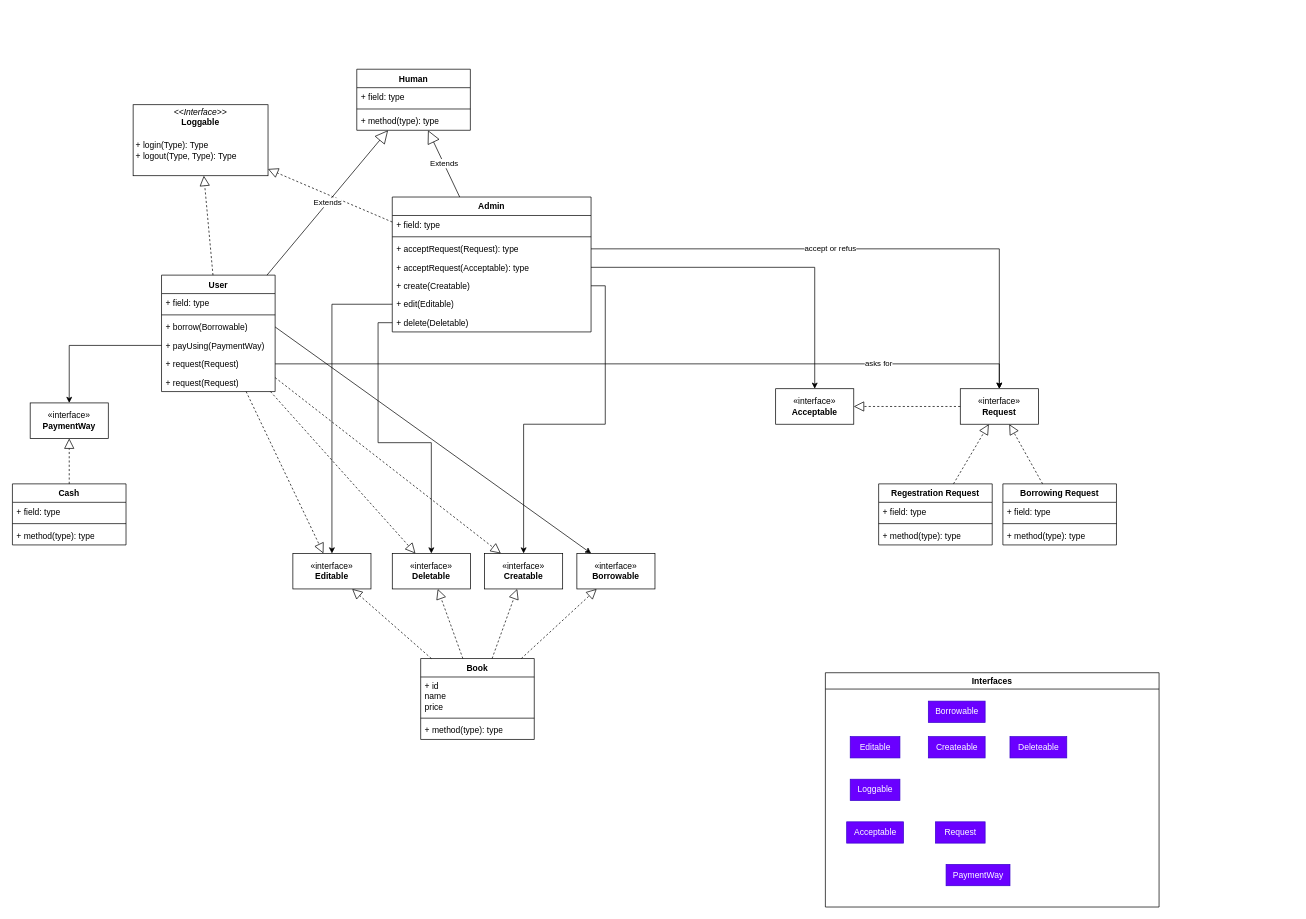
The draw.io diagram design/class/classDiagram.drawio in Boodyahmedhamdy/LSP, before the edit. Source tidied: cells renumbered, new cells numbered last; positions are measured from the earlier drawing's top-left corner, leaving out a move shared by most shapes. Both pictures are drawn from the tidied source at 71%, with x=0, y=0 at pixel (12, 69).
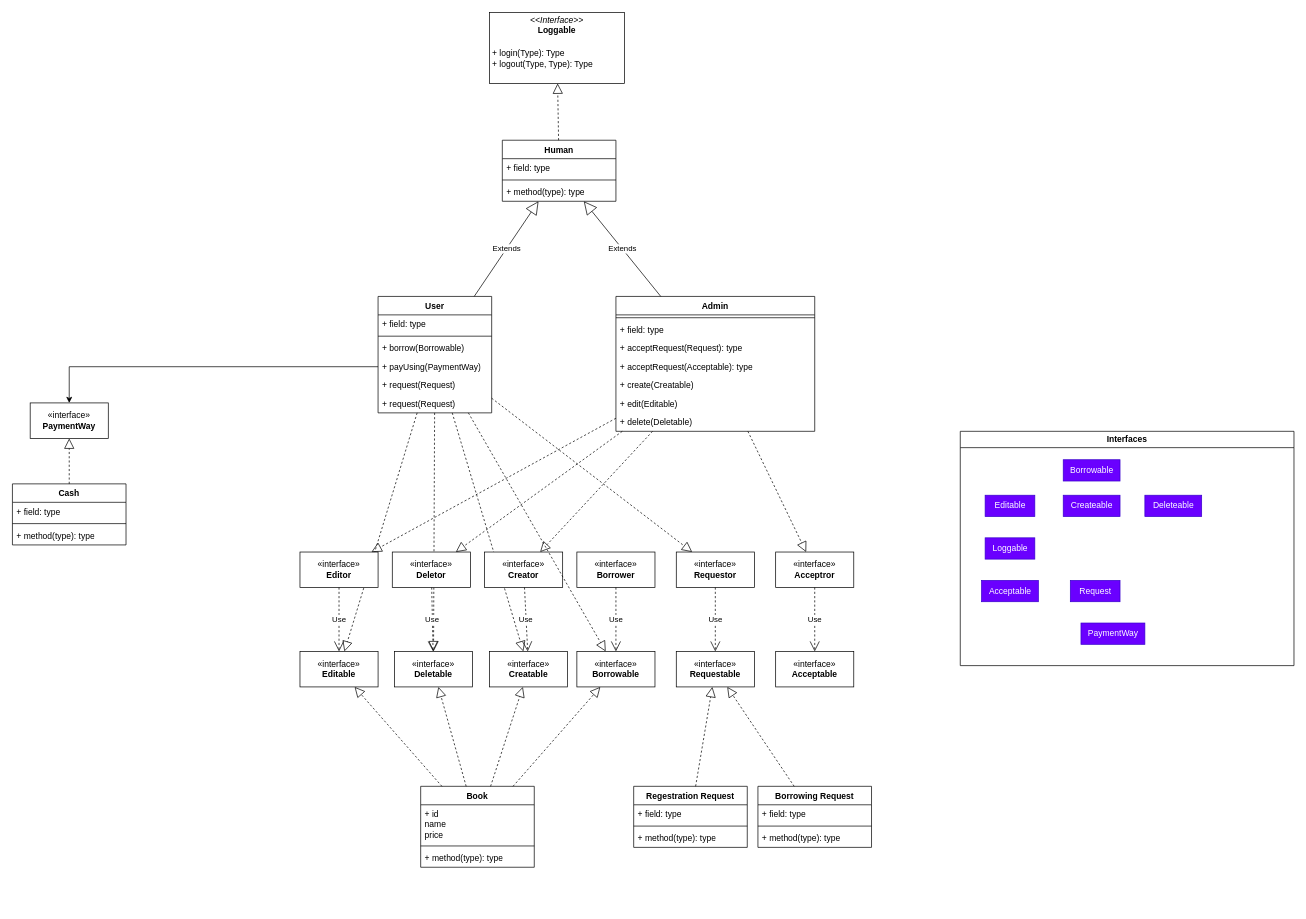
The same diagram, later.

Commit message:
enhanced the class diagram

Unchanged cells that the change refers to:
```xml
<mxCell id="5" value="+ borrow(Borrowable)" style="text;strokeColor=none;fillColor=none;align=left;verticalAlign=top;spacingLeft=4;spacingRight=4;overflow=hidden;points=[[0,0.5],[1,0.5]];portConstraint=eastwest;whiteSpace=wrap;html=1;" parent="2" vertex="1">
  <mxGeometry y="60" width="160" height="26" as="geometry" />
</mxCell>
<mxCell id="7" value="+ request(Request)" style="text;strokeColor=none;fillColor=none;align=left;verticalAlign=top;spacingLeft=4;spacingRight=4;overflow=hidden;points=[[0,0.5],[1,0.5]];portConstraint=eastwest;whiteSpace=wrap;html=1;" parent="2" vertex="1">
  <mxGeometry y="112" width="160" height="26" as="geometry" />
</mxCell>
<mxCell id="12" value="+ acceptRequest(Request): type" style="text;strokeColor=none;fillColor=none;align=left;verticalAlign=top;spacingLeft=4;spacingRight=4;overflow=hidden;points=[[0,0.5],[1,0.5]];portConstraint=eastwest;whiteSpace=wrap;html=1;" parent="9" vertex="1">
  <mxGeometry y="60" width="280" height="26" as="geometry" />
</mxCell>
<mxCell id="13" value="+ acceptRequest(Acceptable): type" style="text;strokeColor=none;fillColor=none;align=left;verticalAlign=top;spacingLeft=4;spacingRight=4;overflow=hidden;points=[[0,0.5],[1,0.5]];portConstraint=eastwest;whiteSpace=wrap;html=1;" parent="9" vertex="1">
  <mxGeometry y="86" width="280" height="26" as="geometry" />
</mxCell>
<mxCell id="14" value="+ create(Creatable)" style="text;strokeColor=none;fillColor=none;align=left;verticalAlign=top;spacingLeft=4;spacingRight=4;overflow=hidden;points=[[0,0.5],[1,0.5]];portConstraint=eastwest;whiteSpace=wrap;html=1;" parent="9" vertex="1">
  <mxGeometry y="112" width="280" height="26" as="geometry" />
</mxCell>
<mxCell id="15" value="+ edit(Editable)" style="text;strokeColor=none;fillColor=none;align=left;verticalAlign=top;spacingLeft=4;spacingRight=4;overflow=hidden;points=[[0,0.5],[1,0.5]];portConstraint=eastwest;whiteSpace=wrap;html=1;" parent="9" vertex="1">
  <mxGeometry y="138" width="280" height="26" as="geometry" />
</mxCell>
<mxCell id="16" value="+ delete(Deletable)" style="text;strokeColor=none;fillColor=none;align=left;verticalAlign=top;spacingLeft=4;spacingRight=4;overflow=hidden;points=[[0,0.5],[1,0.5]];portConstraint=eastwest;whiteSpace=wrap;html=1;" parent="9" vertex="1">
  <mxGeometry y="164" width="280" height="26" as="geometry" />
</mxCell>
```

Change to the diagram source:
```diff
@@
     <mxCell id="2" value="User" style="swimlane;fontStyle=1;align=center;verticalAlign=top;horizontal=1;startSize=26;whiteSpace=wrap;html=1;" parent="1" vertex="1">
-      <mxGeometry x="210" y="290" width="160" height="164" as="geometry" />
+      <mxGeometry x="515" y="320" width="160" height="164" as="geometry" />
     </mxCell>
@@
     <mxCell id="9" value="Admin" style="swimlane;fontStyle=1;align=center;verticalAlign=top;horizontal=1;startSize=26;whiteSpace=wrap;html=1;" parent="1" vertex="1">
-      <mxGeometry x="535" y="180" width="280" height="190" as="geometry" />
+      <mxGeometry x="850" y="320" width="280" height="190" as="geometry" />
     </mxCell>
+    <mxCell id="11" style="line;strokeWidth=1;fillColor=none;align=left;verticalAlign=middle;spacingTop=-1;spacingLeft=3;spacingRight=3;labelPosition=right;strokeColor=inherit;" parent="9" vertex="1">
+      <mxGeometry y="26" width="280" height="8" as="geometry" />
+    </mxCell>
     <mxCell id="10" value="+ field: type" style="text;strokeColor=none;fillColor=none;align=left;verticalAlign=top;spacingLeft=4;spacingRight=4;overflow=hidden;whiteSpace=wrap;html=1;" parent="9" vertex="1">
-      <mxGeometry y="26" width="280" height="26" as="geometry" />
+      <mxGeometry y="34" width="280" height="26" as="geometry" />
     </mxCell>
-    <mxCell id="11" style="line;strokeWidth=1;fillColor=none;align=left;verticalAlign=middle;spacingTop=-1;spacingLeft=3;spacingRight=3;labelPosition=right;strokeColor=inherit;" parent="9" vertex="1">
-      <mxGeometry y="52" width="280" height="8" as="geometry" />
-    </mxCell>
@@
     <mxCell id="17" value="Human" style="swimlane;fontStyle=1;align=center;verticalAlign=top;horizontal=1;startSize=26;whiteSpace=wrap;html=1;" parent="1" vertex="1">
-      <mxGeometry x="485" width="160" height="86" as="geometry" />
+      <mxGeometry x="690" y="100" width="160" height="86" as="geometry" />
     </mxCell>
@@
     <mxCell id="21" value="Book" style="swimlane;fontStyle=1;align=center;verticalAlign=top;horizontal=1;startSize=26;whiteSpace=wrap;html=1;" parent="1" vertex="1">
-      <mxGeometry x="575" y="830" width="160" height="114" as="geometry" />
+      <mxGeometry x="575" y="1010" width="160" height="114" as="geometry" />
     </mxCell>
@@
     <mxCell id="25" value="«interface»&lt;br&gt;&lt;b&gt;Borrowable&lt;/b&gt;" style="html=1;whiteSpace=wrap;" parent="1" vertex="1">
-      <mxGeometry x="795" y="682" width="110" height="50" as="geometry" />
+      <mxGeometry x="795" y="820" width="110" height="50" as="geometry" />
     </mxCell>
@@
     <mxCell id="32" value="&lt;p style=&quot;margin:0px;margin-top:4px;text-align:center;&quot;&gt;&lt;i&gt;&amp;lt;&amp;lt;Interface&amp;gt;&amp;gt;&lt;/i&gt;&lt;br&gt;&lt;b&gt;Loggable&lt;/b&gt;&lt;/p&gt;&lt;p style=&quot;margin:0px;margin-top:4px;text-align:center;&quot;&gt;&lt;b&gt;&lt;br&gt;&lt;/b&gt;&lt;/p&gt;&lt;p style=&quot;margin:0px;margin-left:4px;&quot;&gt;&lt;span style=&quot;background-color: initial;&quot;&gt;+ login(Type): Type&lt;/span&gt;&lt;br&gt;&lt;/p&gt;&lt;p style=&quot;margin:0px;margin-left:4px;&quot;&gt;+ logout(Type, Type): Type&lt;/p&gt;" style="verticalAlign=top;align=left;overflow=fill;fontSize=12;fontFamily=Helvetica;html=1;whiteSpace=wrap;" parent="1" vertex="1">
-      <mxGeometry x="170" y="50" width="190" height="100" as="geometry" />
+      <mxGeometry x="672" y="-80" width="190" height="100" as="geometry" />
     </mxCell>
-    <mxCell id="33" value="«interface»&lt;br&gt;&lt;b&gt;Request&lt;/b&gt;" style="html=1;whiteSpace=wrap;" parent="1" vertex="1">
-      <mxGeometry x="1335" y="450" width="110" height="50" as="geometry" />
-    </mxCell>
-    <mxCell id="34" style="edgeStyle=orthogonalEdgeStyle;rounded=0;jettySize=auto;html=1;" parent="1" edge="1" source="12" target="33">
-      <mxGeometry relative="1" as="geometry" />
-    </mxCell>
-    <mxCell id="35" value="accept or refus" style="edgeLabel;html=1;align=center;verticalAlign=middle;" parent="34" vertex="1">
-      <mxGeometry x="-0.13" y="1" relative="1" as="geometry" />
-    </mxCell>
-    <mxCell id="36" style="edgeStyle=orthogonalEdgeStyle;rounded=0;jettySize=auto;html=1;exitX=1;exitY=0.5;exitDx=0;exitDy=0;" parent="1" edge="1" source="7" target="33">
-      <mxGeometry relative="1" as="geometry" />
-    </mxCell>
-    <mxCell id="37" value="asks for" style="edgeLabel;html=1;align=center;verticalAlign=middle;" parent="36" vertex="1">
-      <mxGeometry x="0.61" y="1" relative="1" as="geometry" />
-    </mxCell>
     <mxCell id="38" value="Regestration Request" style="swimlane;fontStyle=1;align=center;verticalAlign=top;horizontal=1;startSize=26;whiteSpace=wrap;html=1;" parent="1" vertex="1">
-      <mxGeometry x="1220" y="584" width="160" height="86" as="geometry" />
+      <mxGeometry x="875" y="1010" width="160" height="86" as="geometry" />
     </mxCell>
@@
     <mxCell id="42" value="Borrowing Request" style="swimlane;fontStyle=1;align=center;verticalAlign=top;horizontal=1;startSize=26;whiteSpace=wrap;html=1;" parent="1" vertex="1">
-      <mxGeometry x="1395" y="584" width="160" height="86" as="geometry" />
+      <mxGeometry x="1050" y="1010" width="160" height="86" as="geometry" />
     </mxCell>
@@
-    <mxCell id="48" style="endArrow=block;dashed=1;endFill=0;endSize=12;html=1;rounded=0;" parent="1" edge="1" source="42" target="33">
+    <mxCell id="48" style="endArrow=block;dashed=1;endFill=0;endSize=12;html=1;rounded=0;" parent="1" edge="1" source="42" target="91">
       <mxGeometry relative="1" as="geometry" />
     </mxCell>
-    <mxCell id="49" style="endArrow=block;dashed=1;endFill=0;endSize=12;html=1;rounded=0;" parent="1" edge="1" source="38" target="33">
+    <mxCell id="49" style="endArrow=block;dashed=1;endFill=0;endSize=12;html=1;rounded=0;" parent="1" edge="1" source="38" target="91">
       <mxGeometry relative="1" as="geometry" />
     </mxCell>
-    <mxCell id="50" style="endArrow=block;dashed=1;endFill=0;endSize=12;html=1;rounded=0;" parent="1" edge="1" source="2" target="32">
-      <mxGeometry relative="1" as="geometry" />
-    </mxCell>
-    <mxCell id="51" style="endArrow=block;dashed=1;endFill=0;endSize=12;html=1;rounded=0;" parent="1" edge="1" source="9" target="32">
+    <mxCell id="51" style="endArrow=block;dashed=1;endFill=0;endSize=12;html=1;rounded=0;" parent="1" edge="1" source="17" target="32">
       <mxGeometry relative="1" as="geometry" />
     </mxCell>
     <mxCell id="52" value="Interfaces" style="swimlane;whiteSpace=wrap;html=1;" parent="1" vertex="1">
-      <mxGeometry x="1145" y="850" width="470" height="330" as="geometry" />
+      <mxGeometry x="1335" y="510" width="470" height="330" as="geometry" />
     </mxCell>
@@
     <mxCell id="61" value="«interface»&lt;br&gt;&lt;b&gt;Creatable&lt;/b&gt;" style="html=1;whiteSpace=wrap;" parent="1" vertex="1">
-      <mxGeometry x="665" y="682" width="110" height="50" as="geometry" />
+      <mxGeometry x="672" y="820" width="110" height="50" as="geometry" />
     </mxCell>
     <mxCell id="62" value="«interface»&lt;br&gt;&lt;b&gt;Editable&lt;/b&gt;" style="html=1;whiteSpace=wrap;" parent="1" vertex="1">
-      <mxGeometry x="395" y="682" width="110" height="50" as="geometry" />
+      <mxGeometry x="405" y="820" width="110" height="50" as="geometry" />
     </mxCell>
     <mxCell id="63" value="«interface»&lt;br&gt;&lt;b&gt;Deletable&lt;/b&gt;" style="html=1;whiteSpace=wrap;" parent="1" vertex="1">
-      <mxGeometry x="535" y="682" width="110" height="50" as="geometry" />
+      <mxGeometry x="538" y="820" width="110" height="50" as="geometry" />
     </mxCell>
@@
-    <mxCell id="70" style="edgeStyle=orthogonalEdgeStyle;rounded=0;jettySize=auto;html=1;exitX=1;exitY=0.5;exitDx=0;exitDy=0;" parent="1" edge="1" source="14" target="61">
-      <mxGeometry relative="1" as="geometry" />
-    </mxCell>
-    <mxCell id="71" style="edgeStyle=orthogonalEdgeStyle;rounded=0;jettySize=auto;html=1;exitX=0;exitY=0.5;exitDx=0;exitDy=0;" parent="1" edge="1" source="15" target="62">
-      <mxGeometry relative="1" as="geometry" />
-    </mxCell>
-    <mxCell id="72" style="edgeStyle=orthogonalEdgeStyle;rounded=0;jettySize=auto;html=1;exitX=0;exitY=0.5;exitDx=0;exitDy=0;" parent="1" edge="1" source="16" target="63">
-      <mxGeometry relative="1" as="geometry" />
-    </mxCell>
-    <mxCell id="73" value="«interface»&lt;br&gt;&lt;b&gt;Acceptable&lt;/b&gt;" style="html=1;whiteSpace=wrap;" parent="1" vertex="1">
-      <mxGeometry x="1075" y="450" width="110" height="50" as="geometry" />
-    </mxCell>
-    <mxCell id="74" style="endArrow=block;dashed=1;endFill=0;endSize=12;html=1;rounded=0;" parent="1" edge="1" source="33" target="73">
-      <mxGeometry relative="1" as="geometry" />
-    </mxCell>
-    <mxCell id="75" style="edgeStyle=orthogonalEdgeStyle;rounded=0;jettySize=auto;html=1;exitX=1;exitY=0.5;exitDx=0;exitDy=0;" parent="1" edge="1" source="13" target="73">
-      <mxGeometry relative="1" as="geometry" />
-    </mxCell>
-    <mxCell id="76" style="rounded=0;jettySize=auto;html=1;exitX=1;exitY=0.5;exitDx=0;exitDy=0;" parent="1" edge="1" source="5" target="25">
-      <mxGeometry relative="1" as="geometry" />
-    </mxCell>
@@
+    <mxCell id="79" value="«interface»&lt;br&gt;&lt;b&gt;Borrower&lt;/b&gt;" style="html=1;whiteSpace=wrap;" parent="1" vertex="1">
+      <mxGeometry x="795" y="680" width="110" height="50" as="geometry" />
+    </mxCell>
+    <mxCell id="80" value="«interface»&lt;br&gt;&lt;b&gt;Creator&lt;/b&gt;" style="html=1;whiteSpace=wrap;" parent="1" vertex="1">
+      <mxGeometry x="665" y="680" width="110" height="50" as="geometry" />
+    </mxCell>
+    <mxCell id="81" value="«interface»&lt;br&gt;&lt;b&gt;Deletor&lt;/b&gt;" style="html=1;whiteSpace=wrap;" parent="1" vertex="1">
+      <mxGeometry x="535" y="680" width="110" height="50" as="geometry" />
+    </mxCell>
+    <mxCell id="82" value="«interface»&lt;br&gt;&lt;b&gt;Editor&lt;/b&gt;" style="html=1;whiteSpace=wrap;" parent="1" vertex="1">
+      <mxGeometry x="405" y="680" width="110" height="50" as="geometry" />
+    </mxCell>
+    <mxCell id="83" style="endArrow=block;dashed=1;endFill=0;endSize=12;html=1;rounded=0;" parent="1" edge="1" source="2" target="25">
+      <mxGeometry relative="1" as="geometry" />
+    </mxCell>
+    <mxCell id="84" value="Use" style="endArrow=open;endSize=12;dashed=1;html=1;rounded=0;" parent="1" edge="1" source="82" target="62">
+      <mxGeometry relative="1" as="geometry" />
+    </mxCell>
+    <mxCell id="85" value="Use" style="endArrow=open;endSize=12;dashed=1;html=1;rounded=0;" parent="1" edge="1" source="81" target="63">
+      <mxGeometry relative="1" as="geometry" />
+    </mxCell>
+    <mxCell id="86" value="Use" style="endArrow=open;endSize=12;dashed=1;html=1;rounded=0;" parent="1" edge="1" source="80" target="61">
+      <mxGeometry relative="1" as="geometry" />
+    </mxCell>
+    <mxCell id="87" value="Use" style="endArrow=open;endSize=12;dashed=1;html=1;rounded=0;" parent="1" edge="1" source="79" target="25">
+      <mxGeometry relative="1" as="geometry" />
+    </mxCell>
+    <mxCell id="88" value="«interface»&lt;br&gt;&lt;b&gt;Acceptror&lt;/b&gt;" style="html=1;whiteSpace=wrap;" parent="1" vertex="1">
+      <mxGeometry x="1075" y="680" width="110" height="50" as="geometry" />
+    </mxCell>
+    <mxCell id="73" value="«interface»&lt;br&gt;&lt;b&gt;Acceptable&lt;/b&gt;" style="html=1;whiteSpace=wrap;" parent="1" vertex="1">
+      <mxGeometry x="1075" y="820" width="110" height="50" as="geometry" />
+    </mxCell>
+    <mxCell id="89" value="Use" style="endArrow=open;endSize=12;dashed=1;html=1;rounded=0;" parent="1" edge="1" source="88" target="73">
+      <mxGeometry relative="1" as="geometry" />
+    </mxCell>
+    <mxCell id="90" value="«interface»&lt;br&gt;&lt;b&gt;Requestor&lt;/b&gt;" style="html=1;whiteSpace=wrap;" parent="1" vertex="1">
+      <mxGeometry x="935" y="680" width="110" height="50" as="geometry" />
+    </mxCell>
+    <mxCell id="91" value="«interface»&lt;br&gt;&lt;b&gt;Requestable&lt;/b&gt;" style="html=1;whiteSpace=wrap;" parent="1" vertex="1">
+      <mxGeometry x="935" y="820" width="110" height="50" as="geometry" />
+    </mxCell>
+    <mxCell id="92" value="Use" style="endArrow=open;endSize=12;dashed=1;html=1;rounded=0;" parent="1" edge="1" source="90" target="91">
+      <mxGeometry relative="1" as="geometry" />
+    </mxCell>
+    <mxCell id="93" style="endArrow=block;dashed=1;endFill=0;endSize=12;html=1;rounded=0;" parent="1" edge="1" source="9" target="88">
+      <mxGeometry relative="1" as="geometry" />
+    </mxCell>
+    <mxCell id="94" style="endArrow=block;dashed=1;endFill=0;endSize=12;html=1;rounded=0;" parent="1" edge="1" source="2" target="90">
+      <mxGeometry relative="1" as="geometry" />
+    </mxCell>
+    <mxCell id="95" style="endArrow=block;dashed=1;endFill=0;endSize=12;html=1;rounded=0;" parent="1" edge="1" source="9" target="80">
+      <mxGeometry relative="1" as="geometry" />
+    </mxCell>
+    <mxCell id="96" style="endArrow=block;dashed=1;endFill=0;endSize=12;html=1;rounded=0;" parent="1" edge="1" source="9" target="81">
+      <mxGeometry relative="1" as="geometry" />
+    </mxCell>
+    <mxCell id="97" style="endArrow=block;dashed=1;endFill=0;endSize=12;html=1;rounded=0;" parent="1" edge="1" source="9" target="82">
+      <mxGeometry relative="1" as="geometry" />
+    </mxCell>
```
